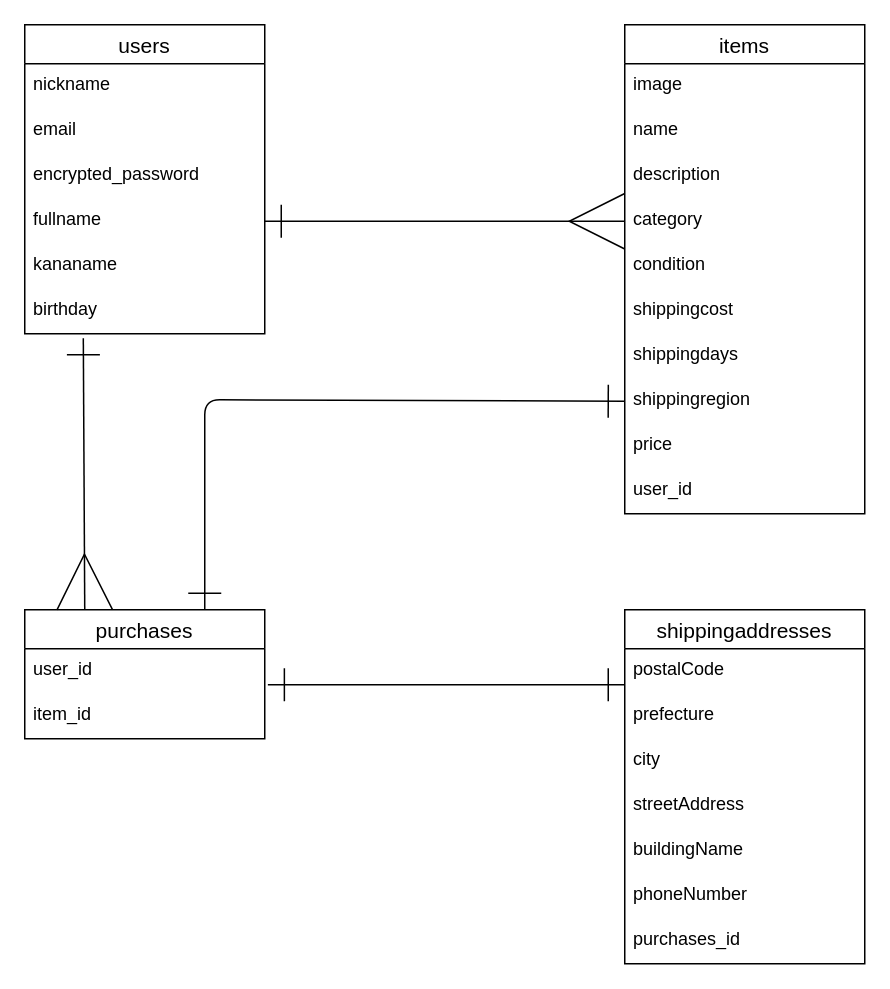
ino-aki/furima-40951 keeps this draw.io diagram as ER.dio. Above is the earlier version. Source tidied: cells renumbered, new cells numbered last; positions are measured from the earlier drawing's top-left corner, leaving out a move shared by most shapes. Both pictures are drawn from the tidied source at 150%, with x=0, y=0 at pixel (24, 24).
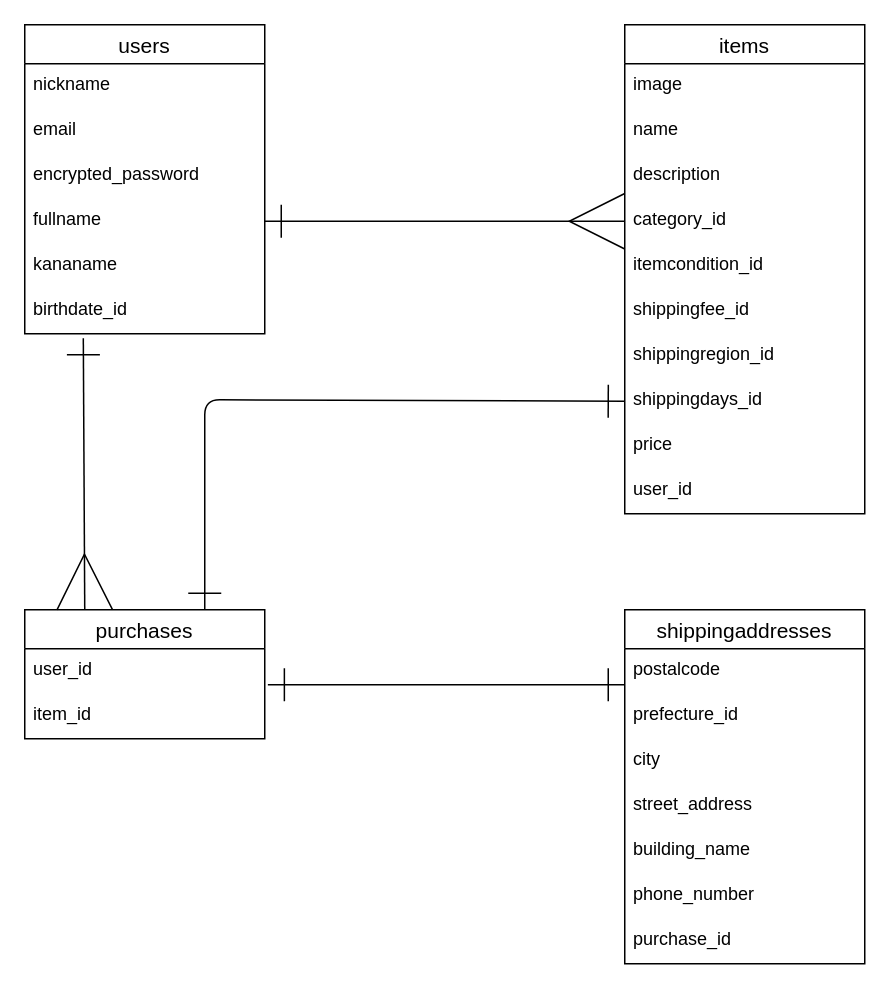
After the change.

Commit message (it also covers changes not shown here):
データベース設計

Unchanged cells that the change refers to:
```xml
<mxCell id="2" value="users" style="swimlane;fontStyle=0;horizontal=1;startSize=26;align=center;fontSize=14;" parent="1" vertex="1">
  <mxGeometry width="160" height="206" as="geometry" />
</mxCell>
<mxCell id="9" value="items" style="swimlane;fontStyle=0;horizontal=1;startSize=26;align=center;fontSize=14;" parent="1" vertex="1">
  <mxGeometry x="400" width="160" height="326" as="geometry" />
</mxCell>
<mxCell id="20" value="purchases" style="swimlane;fontStyle=0;horizontal=1;startSize=26;align=center;fontSize=14;" parent="1" vertex="1">
  <mxGeometry y="390" width="160" height="86" as="geometry" />
</mxCell>
<mxCell id="23" value="shippingaddresses" style="swimlane;fontStyle=0;horizontal=1;startSize=26;align=center;fontSize=14;" parent="1" vertex="1">
  <mxGeometry x="400" y="390" width="160" height="236" as="geometry" />
</mxCell>
```

Diff of the diagram source:
```diff
@@
-    <mxCell id="8" value="birthday" style="text;strokeColor=none;fillColor=none;spacingLeft=4;spacingRight=4;overflow=hidden;points=[[0,0.5],[1,0.5]];portConstraint=eastwest;fontSize=12;" parent="2" vertex="1">
+    <mxCell id="8" value="birthdate_id" style="text;strokeColor=none;fillColor=none;spacingLeft=4;spacingRight=4;overflow=hidden;points=[[0,0.5],[1,0.5]];portConstraint=eastwest;fontSize=12;" parent="2" vertex="1">
       <mxGeometry y="176" width="160" height="30" as="geometry" />
     </mxCell>
@@
-    <mxCell id="13" value="category" style="text;strokeColor=none;fillColor=none;spacingLeft=4;spacingRight=4;overflow=hidden;points=[[0,0.5],[1,0.5]];portConstraint=eastwest;fontSize=12;" parent="9" vertex="1">
+    <mxCell id="13" value="category_id" style="text;strokeColor=none;fillColor=none;spacingLeft=4;spacingRight=4;overflow=hidden;points=[[0,0.5],[1,0.5]];portConstraint=eastwest;fontSize=12;" parent="9" vertex="1">
       <mxGeometry y="116" width="160" height="30" as="geometry" />
     </mxCell>
-    <mxCell id="14" value="condition" style="text;strokeColor=none;fillColor=none;spacingLeft=4;spacingRight=4;overflow=hidden;fontSize=12;" parent="9" vertex="1">
+    <mxCell id="14" value="itemcondition_id" style="text;strokeColor=none;fillColor=none;spacingLeft=4;spacingRight=4;overflow=hidden;fontSize=12;" parent="9" vertex="1">
       <mxGeometry y="146" width="160" height="30" as="geometry" />
     </mxCell>
-    <mxCell id="15" value="shippingcost" style="text;strokeColor=none;fillColor=none;spacingLeft=4;spacingRight=4;overflow=hidden;fontSize=12;" parent="9" vertex="1">
+    <mxCell id="15" value="shippingfee_id" style="text;strokeColor=none;fillColor=none;spacingLeft=4;spacingRight=4;overflow=hidden;fontSize=12;" parent="9" vertex="1">
       <mxGeometry y="176" width="160" height="30" as="geometry" />
     </mxCell>
+    <mxCell id="17" value="shippingregion_id" style="text;strokeColor=none;fillColor=none;spacingLeft=4;spacingRight=4;overflow=hidden;points=[[0,0.5],[1,0.5]];portConstraint=eastwest;fontSize=12;" parent="9" vertex="1">
+      <mxGeometry y="206" width="160" height="30" as="geometry" />
+    </mxCell>
-    <mxCell id="16" value="shippingdays" style="text;strokeColor=none;fillColor=none;spacingLeft=4;spacingRight=4;overflow=hidden;points=[[0,0.5],[1,0.5]];portConstraint=eastwest;fontSize=12;" parent="9" vertex="1">
-      <mxGeometry y="206" width="160" height="30" as="geometry" />
+    <mxCell id="16" value="shippingdays_id" style="text;strokeColor=none;fillColor=none;spacingLeft=4;spacingRight=4;overflow=hidden;points=[[0,0.5],[1,0.5]];portConstraint=eastwest;fontSize=12;" parent="9" vertex="1">
+      <mxGeometry y="236" width="160" height="30" as="geometry" />
     </mxCell>
-    <mxCell id="17" value="shippingregion" style="text;strokeColor=none;fillColor=none;spacingLeft=4;spacingRight=4;overflow=hidden;points=[[0,0.5],[1,0.5]];portConstraint=eastwest;fontSize=12;" parent="9" vertex="1">
-      <mxGeometry y="236" width="160" height="30" as="geometry" />
-    </mxCell>
@@
-    <mxCell id="24" value="postalCode" style="text;strokeColor=none;fillColor=none;spacingLeft=4;spacingRight=4;overflow=hidden;fontSize=12;" parent="23" vertex="1">
+    <mxCell id="24" value="postalcode" style="text;strokeColor=none;fillColor=none;spacingLeft=4;spacingRight=4;overflow=hidden;fontSize=12;" parent="23" vertex="1">
       <mxGeometry y="26" width="160" height="30" as="geometry" />
     </mxCell>
-    <mxCell id="25" value="prefecture" style="text;strokeColor=none;fillColor=none;spacingLeft=4;spacingRight=4;overflow=hidden;fontSize=12;" parent="23" vertex="1">
+    <mxCell id="25" value="prefecture_id" style="text;strokeColor=none;fillColor=none;spacingLeft=4;spacingRight=4;overflow=hidden;fontSize=12;" parent="23" vertex="1">
       <mxGeometry y="56" width="160" height="30" as="geometry" />
     </mxCell>
@@
-    <mxCell id="27" value="streetAddress" style="text;strokeColor=none;fillColor=none;spacingLeft=4;spacingRight=4;overflow=hidden;fontSize=12;" parent="23" vertex="1">
+    <mxCell id="27" value="street_address" style="text;strokeColor=none;fillColor=none;spacingLeft=4;spacingRight=4;overflow=hidden;fontSize=12;" parent="23" vertex="1">
       <mxGeometry y="116" width="160" height="30" as="geometry" />
     </mxCell>
-    <mxCell id="28" value="buildingName" style="text;strokeColor=none;fillColor=none;spacingLeft=4;spacingRight=4;overflow=hidden;fontSize=12;" parent="23" vertex="1">
+    <mxCell id="28" value="building_name" style="text;strokeColor=none;fillColor=none;spacingLeft=4;spacingRight=4;overflow=hidden;fontSize=12;" parent="23" vertex="1">
       <mxGeometry y="146" width="160" height="30" as="geometry" />
     </mxCell>
-    <mxCell id="29" value="phoneNumber" style="text;strokeColor=none;fillColor=none;spacingLeft=4;spacingRight=4;overflow=hidden;fontSize=12;" parent="23" vertex="1">
+    <mxCell id="29" value="phone_number" style="text;strokeColor=none;fillColor=none;spacingLeft=4;spacingRight=4;overflow=hidden;fontSize=12;" parent="23" vertex="1">
       <mxGeometry y="176" width="160" height="30" as="geometry" />
     </mxCell>
-    <mxCell id="30" value="purchases_id" style="text;strokeColor=none;fillColor=none;spacingLeft=4;spacingRight=4;overflow=hidden;fontSize=12;" parent="23" vertex="1">
+    <mxCell id="30" value="purchase_id" style="text;strokeColor=none;fillColor=none;spacingLeft=4;spacingRight=4;overflow=hidden;fontSize=12;" parent="23" vertex="1">
       <mxGeometry y="206" width="160" height="30" as="geometry" />
     </mxCell>
@@
-    <mxCell id="33" style="edgeStyle=none;html=1;exitX=0;exitY=0.5;exitDx=0;exitDy=0;entryX=0.75;entryY=0;entryDx=0;entryDy=0;strokeWidth=1;startArrow=ERone;startFill=0;endArrow=ERone;endFill=0;startSize=20;endSize=20;targetPerimeterSpacing=0;" parent="1" edge="1" source="17" target="20">
+    <mxCell id="33" style="edgeStyle=none;html=1;exitX=0;exitY=0.5;exitDx=0;exitDy=0;entryX=0.75;entryY=0;entryDx=0;entryDy=0;strokeWidth=1;startArrow=ERone;startFill=0;endArrow=ERone;endFill=0;startSize=20;endSize=20;targetPerimeterSpacing=0;" parent="1" edge="1" source="16" target="20">
       <mxGeometry relative="1" as="geometry">
         <Array as="points">
           <mxPoint x="120" y="250" />
         </Array>
       </mxGeometry>
     </mxCell>
```
